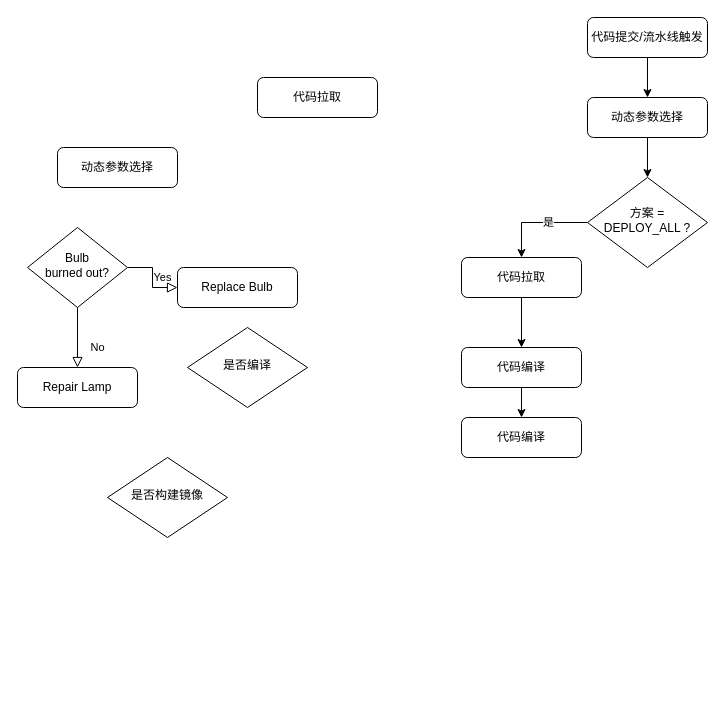
The draw.io diagram jenkins-cicd-flow.drawio in oasisnoehub/DevOps, before the edit. Source tidied: cells renumbered, new cells numbered last; positions are measured from the earlier drawing's top-left corner, leaving out a move shared by most shapes. Both pictures are drawn from the tidied source at 100%, with x=0, y=0 at pixel (17, 17).
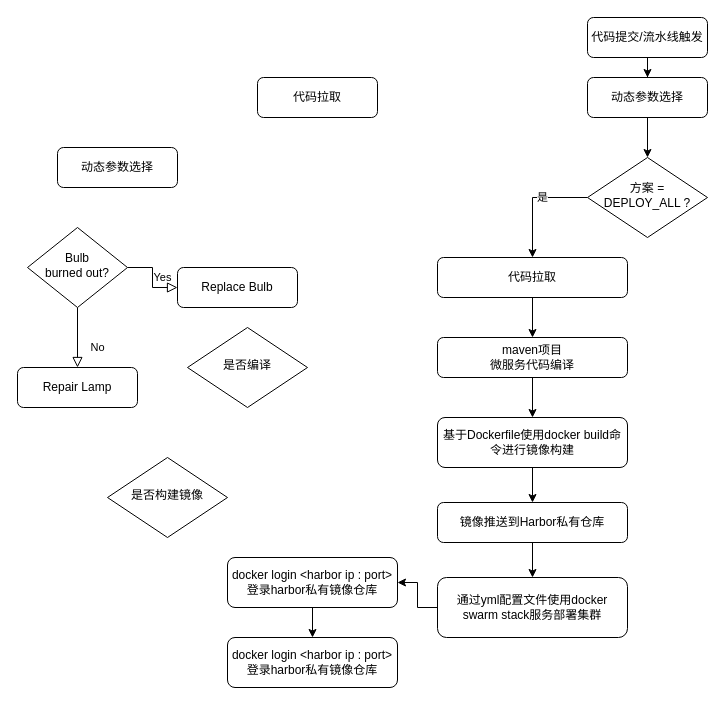
The same page after the edit.

What changed in the source:
```diff
@@
     <mxCell id="12" value="动态参数选择" style="rounded=1;whiteSpace=wrap;html=1;fontSize=12;glass=0;strokeWidth=1;shadow=0;" parent="1" vertex="1">
-      <mxGeometry x="570" y="80" width="120" height="40" as="geometry" />
+      <mxGeometry x="570" y="60" width="120" height="40" as="geometry" />
     </mxCell>
@@
-    <mxCell id="14" style="edgeStyle=orthogonalEdgeStyle;rounded=0;jettySize=auto;html=1;entryX=0.5;entryY=0;entryDx=0;entryDy=0;" parent="1" edge="1" source="16" target="18">
+    <mxCell id="14" style="edgeStyle=orthogonalEdgeStyle;rounded=0;jettySize=auto;html=1;entryX=0.5;entryY=0;entryDx=0;entryDy=0;exitX=0;exitY=0.5;exitDx=0;exitDy=0;" parent="1" edge="1" source="16" target="18">
       <mxGeometry relative="1" as="geometry">
         <Array as="points">
-          <mxPoint x="504" y="205" />
+          <mxPoint x="570" y="180" />
+          <mxPoint x="515" y="180" />
         </Array>
       </mxGeometry>
     </mxCell>
@@
     <mxCell id="16" value="方案 = DEPLOY_ALL ?" style="rhombus;whiteSpace=wrap;html=1;shadow=0;fontFamily=Helvetica;fontSize=12;align=center;strokeWidth=1;spacing=6;spacingTop=-4;" parent="1" vertex="1">
-      <mxGeometry x="570" y="160" width="120" height="90" as="geometry" />
+      <mxGeometry x="570" y="140" width="120" height="80" as="geometry" />
     </mxCell>
@@
     <mxCell id="18" value="代码拉取" style="rounded=1;whiteSpace=wrap;html=1;fontSize=12;glass=0;strokeWidth=1;shadow=0;" parent="1" vertex="1">
-      <mxGeometry x="444" y="240" width="120" height="40" as="geometry" />
+      <mxGeometry x="420" y="240" width="190" height="40" as="geometry" />
     </mxCell>
@@
-    <mxCell id="21" value="代码编译" style="rounded=1;whiteSpace=wrap;html=1;fontSize=12;glass=0;strokeWidth=1;shadow=0;" parent="1" vertex="1">
-      <mxGeometry x="444" y="330" width="120" height="40" as="geometry" />
+    <mxCell id="21" value="maven项目&lt;br&gt;微服务代码编译" style="rounded=1;whiteSpace=wrap;html=1;fontSize=12;glass=0;strokeWidth=1;shadow=0;" parent="1" vertex="1">
+      <mxGeometry x="420" y="320" width="190" height="40" as="geometry" />
     </mxCell>
+    <mxCell id="23" style="edgeStyle=orthogonalEdgeStyle;rounded=0;jettySize=auto;html=1;entryX=0.5;entryY=0;entryDx=0;entryDy=0;" parent="1" edge="1" source="22" target="25">
+      <mxGeometry relative="1" as="geometry" />
+    </mxCell>
-    <mxCell id="22" value="代码编译" style="rounded=1;whiteSpace=wrap;html=1;fontSize=12;glass=0;strokeWidth=1;shadow=0;" parent="1" vertex="1">
-      <mxGeometry x="444" y="400" width="120" height="40" as="geometry" />
+    <mxCell id="22" value="基于Dockerfile使用docker build命令&lt;span style=&quot;background-color: initial;&quot;&gt;进行镜像构建&lt;/span&gt;" style="rounded=1;whiteSpace=wrap;html=1;fontSize=12;glass=0;strokeWidth=1;shadow=0;" parent="1" vertex="1">
+      <mxGeometry x="420" y="400" width="190" height="50" as="geometry" />
     </mxCell>
+    <mxCell id="24" style="edgeStyle=orthogonalEdgeStyle;rounded=0;jettySize=auto;html=1;entryX=0.5;entryY=0;entryDx=0;entryDy=0;" parent="1" edge="1" source="25" target="27">
+      <mxGeometry relative="1" as="geometry" />
+    </mxCell>
+    <mxCell id="25" value="镜像推送到Harbor私有仓库" style="rounded=1;whiteSpace=wrap;html=1;fontSize=12;glass=0;strokeWidth=1;shadow=0;" parent="1" vertex="1">
+      <mxGeometry x="420" y="485" width="190" height="40" as="geometry" />
+    </mxCell>
+    <mxCell id="26" style="edgeStyle=orthogonalEdgeStyle;rounded=0;jettySize=auto;html=1;entryX=1;entryY=0.5;entryDx=0;entryDy=0;" parent="1" edge="1" source="27" target="29">
+      <mxGeometry relative="1" as="geometry" />
+    </mxCell>
+    <mxCell id="27" value="通过yml配置文件使用docker swarm stack服务部署集群" style="rounded=1;whiteSpace=wrap;html=1;fontSize=12;glass=0;strokeWidth=1;shadow=0;" parent="1" vertex="1">
+      <mxGeometry x="420" y="560" width="190" height="60" as="geometry" />
+    </mxCell>
+    <mxCell id="28" style="edgeStyle=orthogonalEdgeStyle;rounded=0;jettySize=auto;html=1;entryX=0.5;entryY=0;entryDx=0;entryDy=0;" parent="1" edge="1" source="29" target="30">
+      <mxGeometry relative="1" as="geometry" />
+    </mxCell>
+    <mxCell id="29" value="docker login &amp;lt;harbor ip : port&amp;gt;&lt;div&gt;登录harbor私有镜像仓库&lt;/div&gt;" style="rounded=1;whiteSpace=wrap;html=1;fontSize=12;glass=0;strokeWidth=1;shadow=0;" parent="1" vertex="1">
+      <mxGeometry x="210" y="540" width="170" height="50" as="geometry" />
+    </mxCell>
+    <mxCell id="30" value="docker login &amp;lt;harbor ip : port&amp;gt;&lt;div&gt;登录harbor私有镜像仓库&lt;/div&gt;" style="rounded=1;whiteSpace=wrap;html=1;fontSize=12;glass=0;strokeWidth=1;shadow=0;" parent="1" vertex="1">
+      <mxGeometry x="210" y="620" width="170" height="50" as="geometry" />
+    </mxCell>
```
